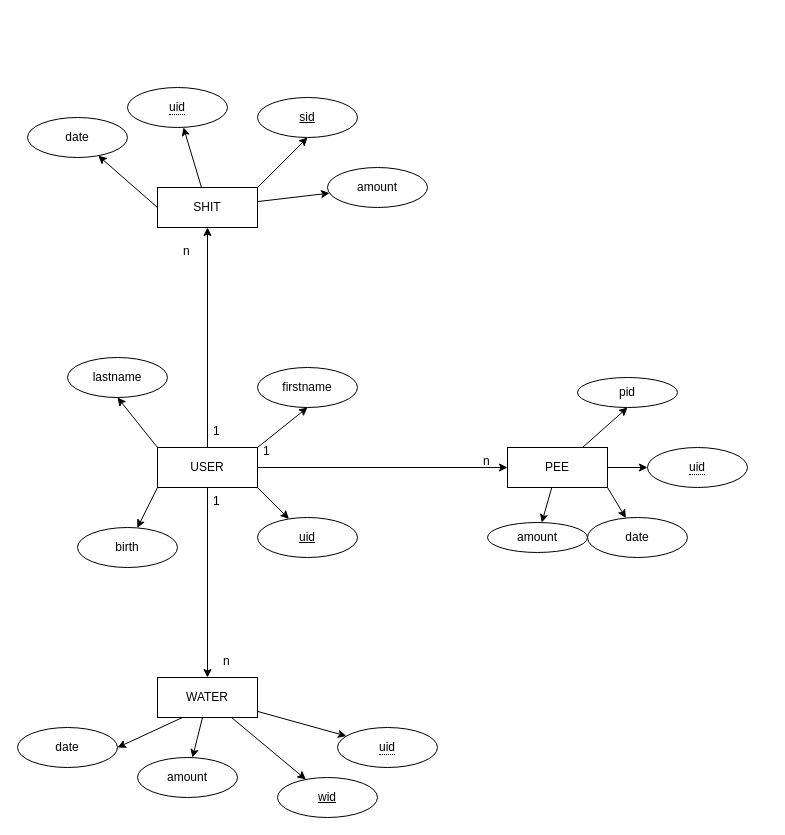
olisonsturm/LifestyleTracker keeps this draw.io diagram as Diagramme/ER_LifestyleTracker.drawio. Above is the earlier version. Source tidied: cells renumbered, new cells numbered last; positions are measured from the earlier drawing's top-left corner, leaving out a move shared by most shapes. Both pictures are drawn from the tidied source at 100%, with x=0, y=0 at pixel (17, 87).
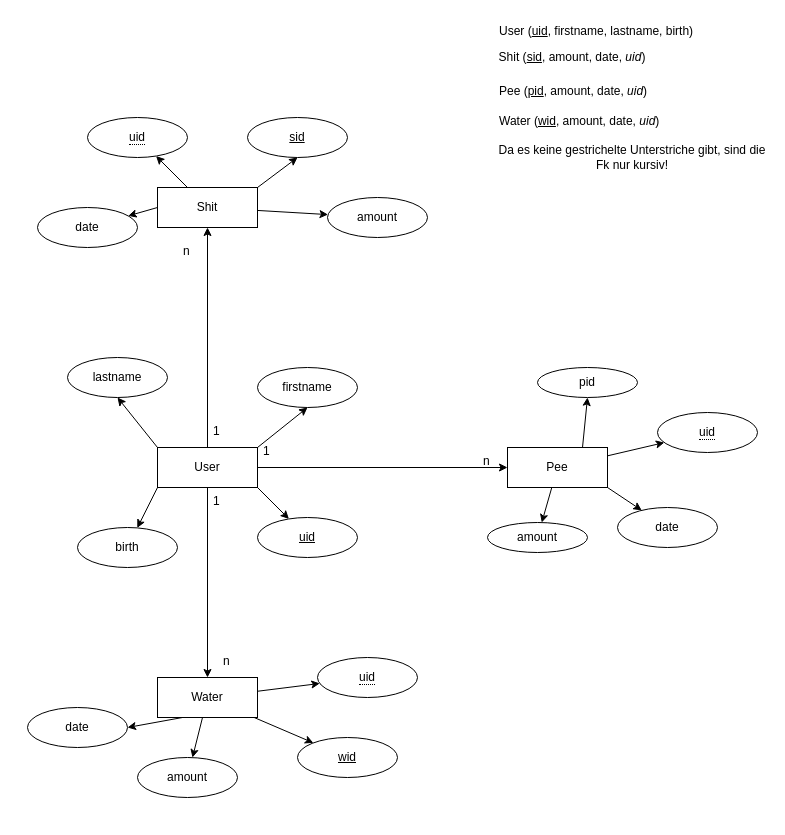
Above is the later version.

Diff of the diagram source:
```diff
@@
-    <mxCell id="9" value="USER" style="whiteSpace=wrap;html=1;align=center;" parent="1" vertex="1">
+    <mxCell id="9" value="User" style="whiteSpace=wrap;html=1;align=center;" parent="1" vertex="1">
       <mxGeometry x="140" y="360" width="100" height="40" as="geometry" />
     </mxCell>
@@
-    <mxCell id="14" value="SHIT" style="whiteSpace=wrap;html=1;align=center;" parent="1" vertex="1">
+    <mxCell id="14" value="Shit" style="whiteSpace=wrap;html=1;align=center;" parent="1" vertex="1">
       <mxGeometry x="140" y="100" width="100" height="40" as="geometry" />
     </mxCell>
@@
-    <mxCell id="19" value="WATER" style="whiteSpace=wrap;html=1;align=center;" parent="1" vertex="1">
+    <mxCell id="19" value="Water" style="whiteSpace=wrap;html=1;align=center;" parent="1" vertex="1">
       <mxGeometry x="140" y="590" width="100" height="40" as="geometry" />
     </mxCell>
@@
-    <mxCell id="24" value="PEE" style="whiteSpace=wrap;html=1;align=center;" parent="1" vertex="1">
+    <mxCell id="24" value="Pee" style="whiteSpace=wrap;html=1;align=center;" parent="1" vertex="1">
       <mxGeometry x="490" y="360" width="100" height="40" as="geometry" />
     </mxCell>
@@
     <mxCell id="26" value="&lt;span style=&quot;border-bottom: 1px dotted&quot;&gt;uid&lt;/span&gt;" style="ellipse;whiteSpace=wrap;html=1;align=center;" parent="1" vertex="1">
-      <mxGeometry x="110" width="100" height="40" as="geometry" />
+      <mxGeometry x="70" y="30" width="100" height="40" as="geometry" />
     </mxCell>
     <mxCell id="27" value="&lt;span style=&quot;border-bottom: 1px dotted&quot;&gt;uid&lt;/span&gt;" style="ellipse;whiteSpace=wrap;html=1;align=center;" parent="1" vertex="1">
-      <mxGeometry x="320" y="640" width="100" height="40" as="geometry" />
+      <mxGeometry x="300" y="570" width="100" height="40" as="geometry" />
     </mxCell>
     <mxCell id="28" value="&lt;span style=&quot;border-bottom: 1px dotted&quot;&gt;uid&lt;/span&gt;" style="ellipse;whiteSpace=wrap;html=1;align=center;" parent="1" vertex="1">
-      <mxGeometry x="630" y="360" width="100" height="40" as="geometry" />
+      <mxGeometry x="640" y="325" width="100" height="40" as="geometry" />
     </mxCell>
     <mxCell id="29" value="amount" style="ellipse;whiteSpace=wrap;html=1;align=center;" parent="1" vertex="1">
-      <mxGeometry x="310" y="80" width="100" height="40" as="geometry" />
+      <mxGeometry x="310" y="110" width="100" height="40" as="geometry" />
     </mxCell>
@@
     <mxCell id="32" value="&lt;u&gt;wid&lt;/u&gt;" style="ellipse;whiteSpace=wrap;html=1;align=center;" parent="1" vertex="1">
-      <mxGeometry x="260" y="690" width="100" height="40" as="geometry" />
+      <mxGeometry x="280" y="650" width="100" height="40" as="geometry" />
     </mxCell>
     <mxCell id="33" value="date" style="ellipse;whiteSpace=wrap;html=1;align=center;" parent="1" vertex="1">
-      <mxGeometry y="640" width="100" height="40" as="geometry" />
+      <mxGeometry x="10" y="620" width="100" height="40" as="geometry" />
     </mxCell>
     <mxCell id="34" value="date" style="ellipse;whiteSpace=wrap;html=1;align=center;" parent="1" vertex="1">
-      <mxGeometry x="570" y="430" width="100" height="40" as="geometry" />
+      <mxGeometry x="600" y="420" width="100" height="40" as="geometry" />
     </mxCell>
     <mxCell id="35" value="date" style="ellipse;whiteSpace=wrap;html=1;align=center;" parent="1" vertex="1">
-      <mxGeometry x="10" y="30" width="100" height="40" as="geometry" />
+      <mxGeometry x="20" y="120" width="100" height="40" as="geometry" />
     </mxCell>
     <mxCell id="36" value="&lt;u&gt;sid&lt;/u&gt;" style="ellipse;whiteSpace=wrap;html=1;align=center;" parent="1" vertex="1">
-      <mxGeometry x="240" y="10" width="100" height="40" as="geometry" />
+      <mxGeometry x="230" y="30" width="100" height="40" as="geometry" />
     </mxCell>
     <mxCell id="37" value="pid" style="ellipse;whiteSpace=wrap;html=1;align=center;" parent="1" vertex="1">
-      <mxGeometry x="560" y="290" width="100" height="30" as="geometry" />
+      <mxGeometry x="520" y="280" width="100" height="30" as="geometry" />
     </mxCell>
@@
+    <mxCell id="48" value="Shit (&lt;u&gt;sid&lt;/u&gt;, amount, date, &lt;i&gt;uid&lt;/i&gt;)" style="text;html=1;strokeColor=none;fillColor=none;align=center;verticalAlign=middle;whiteSpace=wrap;rounded=0;" parent="1" vertex="1">
+      <mxGeometry x="460" y="-40" width="190" height="20" as="geometry" />
+    </mxCell>
+    <mxCell id="49" value="User (&lt;u&gt;uid&lt;/u&gt;, firstname, lastname, birth)" style="text;whiteSpace=wrap;html=1;" parent="1" vertex="1">
+      <mxGeometry x="480" y="-70" width="210" height="30" as="geometry" />
+    </mxCell>
+    <mxCell id="50" value="Pee (&lt;u&gt;pid&lt;/u&gt;, amount, date, &lt;i&gt;uid&lt;/i&gt;)" style="text;whiteSpace=wrap;html=1;" parent="1" vertex="1">
+      <mxGeometry x="480" y="-10" width="170" height="30" as="geometry" />
+    </mxCell>
+    <mxCell id="51" value="Water (&lt;u&gt;wid&lt;/u&gt;, amount, date, &lt;i&gt;uid&lt;/i&gt;)" style="text;whiteSpace=wrap;html=1;" parent="1" vertex="1">
+      <mxGeometry x="480" y="20" width="170" height="30" as="geometry" />
+    </mxCell>
+    <mxCell id="52" value="Da es keine gestrichelte Unterstriche gibt, sind die Fk nur kursiv!" style="text;html=1;strokeColor=none;fillColor=none;align=center;verticalAlign=middle;whiteSpace=wrap;rounded=0;" parent="1" vertex="1">
+      <mxGeometry x="480" y="60" width="270" height="20" as="geometry" />
+    </mxCell>
```
